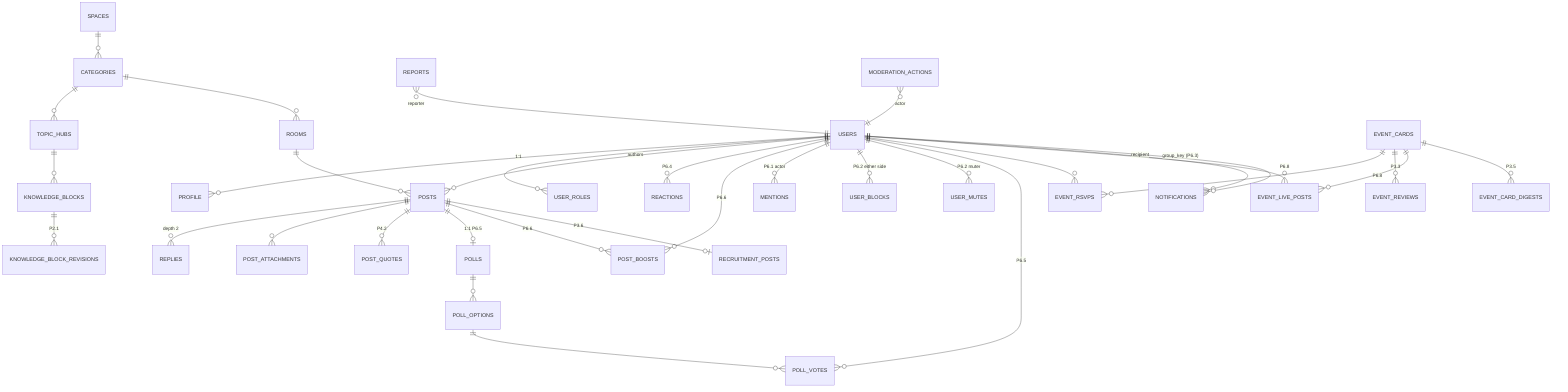
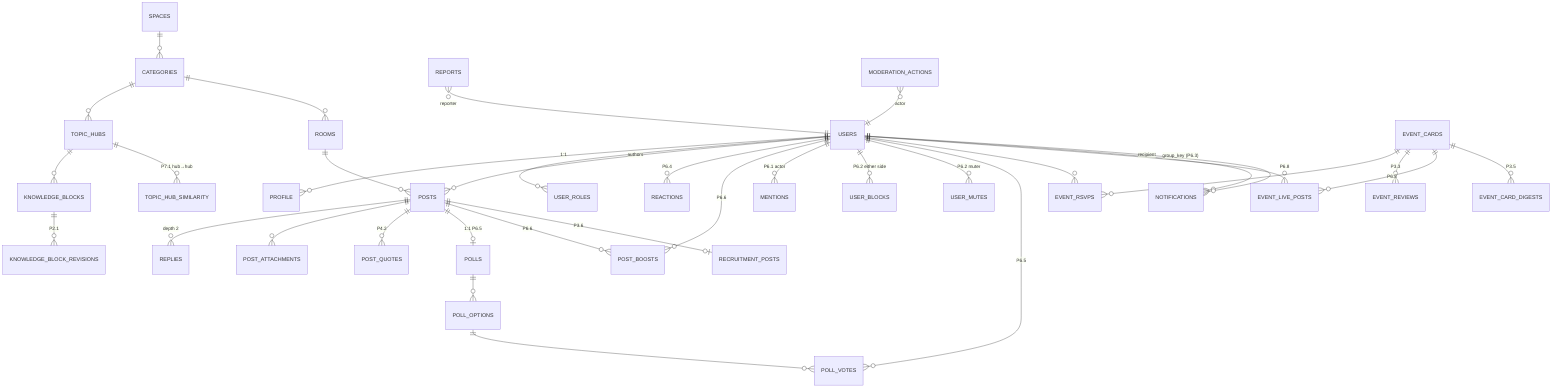
erDiagram
    USERS ||--o{ PROFILE : "1:1"
    USERS ||--o{ USER_ROLES : ""
    USERS ||--o{ POSTS : authors
    USERS ||--o{ REACTIONS : "P6.4"
    USERS ||--o{ POST_BOOSTS : "P6.6"
    USERS ||--o{ MENTIONS : "P6.1 actor"
    USERS ||--o{ USER_BLOCKS : "P6.2 either side"
    USERS ||--o{ USER_MUTES : "P6.2 muter"
    USERS ||--o{ POLL_VOTES : "P6.5"
    USERS ||--o{ EVENT_RSVPS : ""
    USERS ||--o{ EVENT_LIVE_POSTS : "P6.8"
    USERS ||--o{ NOTIFICATIONS : "recipient"

    SPACES ||--o{ CATEGORIES : ""
    CATEGORIES ||--o{ TOPIC_HUBS : ""
    CATEGORIES ||--o{ ROOMS : ""
    TOPIC_HUBS ||--o{ KNOWLEDGE_BLOCKS : ""
+     TOPIC_HUBS ||--o{ TOPIC_HUB_SIMILARITY : "P7.1 hub→hub"
    KNOWLEDGE_BLOCKS ||--o{ KNOWLEDGE_BLOCK_REVISIONS : "P2.1"

    ROOMS ||--o{ POSTS : ""
    POSTS ||--o{ REPLIES : "depth 2"
    POSTS ||--o{ POST_ATTACHMENTS : ""
    POSTS ||--o{ POST_QUOTES : "P4.2"
    POSTS ||--o| POLLS : "1:1 P6.5"
    POSTS ||--o{ POST_BOOSTS : "P6.6"
    POSTS ||--o| RECRUITMENT_POSTS : "P3.6"

    POLLS ||--o{ POLL_OPTIONS : ""
    POLL_OPTIONS ||--o{ POLL_VOTES : ""

    EVENT_CARDS ||--o{ EVENT_RSVPS : ""
    EVENT_CARDS ||--o{ EVENT_REVIEWS : "P3.3"
    EVENT_CARDS ||--o{ EVENT_LIVE_POSTS : "P6.8"
    EVENT_CARDS ||--o{ EVENT_CARD_DIGESTS : "P3.5"

    NOTIFICATIONS }o--|| USERS : "group_key (P6.3)"
    REPORTS }o--|| USERS : "reporter"
    MODERATION_ACTIONS }o--|| USERS : "actor"
